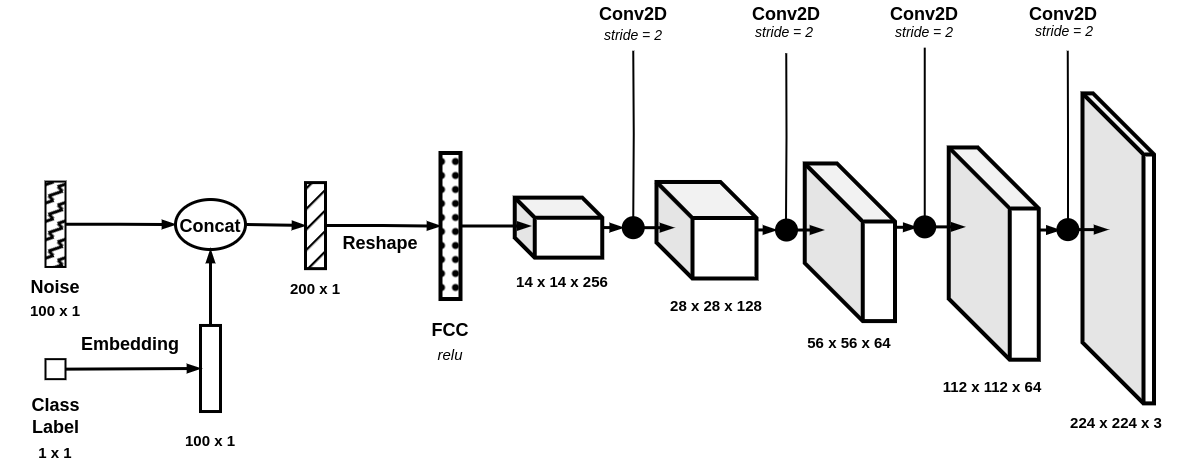
The draw.io diagram generator.png in viniciusrpb/drawio_flowcharts, before a commit. Source tidied: cells renumbered, new cells last; positions are measured from the earlier drawing's top-left corner, leaving out a move shared by most shapes.
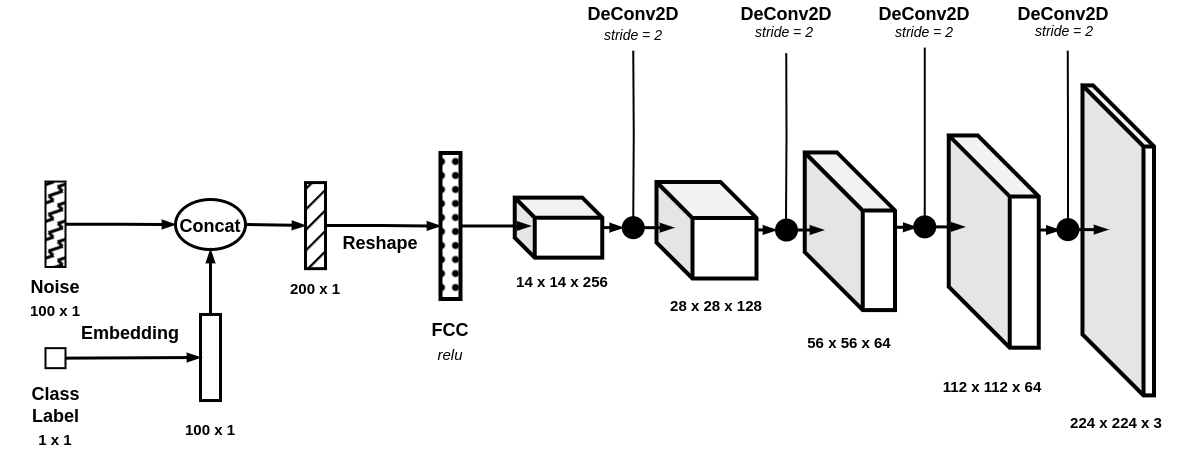
Later version of the same file.

Change to the diagram source:
```diff
@@ -12,10 +12,10 @@
       <mxGeometry x="25" y="273.5" width="60" height="30" as="geometry" />
     </mxCell>
     <mxCell id="5" style="rounded=0;whiteSpace=wrap;html=1;strokeWidth=2;fillStyle=solid;fillColor=#FFFFFF;" parent="1" vertex="1">
-      <mxGeometry x="45" y="359.6" width="20" height="20" as="geometry" />
+      <mxGeometry x="45" y="348.6" width="20" height="20" as="geometry" />
     </mxCell>
     <mxCell id="6" value="&lt;div style=&quot;font-size: 18px;&quot;&gt;Class Label&lt;/div&gt;" style="text;html=1;strokeColor=none;fillColor=none;align=center;verticalAlign=middle;whiteSpace=wrap;rounded=0;fontSize=18;fontStyle=1;strokeWidth=4;" parent="1" vertex="1">
-      <mxGeometry x="18.5" y="401.6" width="73" height="30" as="geometry" />
+      <mxGeometry x="18.5" y="390.6" width="73" height="30" as="geometry" />
     </mxCell>
     <mxCell id="7" style="edgeStyle=orthogonalEdgeStyle;rounded=0;jettySize=auto;html=1;exitX=1;exitY=0.5;exitDx=0;exitDy=0;entryX=0;entryY=0.5;entryDx=0;entryDy=0;strokeWidth=3;endArrow=blockThin;endFill=1;" parent="1" edge="1" target="56">
       <mxGeometry relative="1" as="geometry">
@@ -38,16 +38,16 @@
       <mxGeometry x="1056.4" y="407.6" width="120" height="30" as="geometry" />
     </mxCell>
     <mxCell id="13" style="shape=cube;whiteSpace=wrap;html=1;boundedLbl=1;backgroundOutline=1;darkOpacity=0.05;darkOpacity2=0.1;strokeWidth=4;size=58;fillColor=default;gradientColor=none;" parent="1" vertex="1">
-      <mxGeometry x="804.2" y="164" width="90.2" height="157.6" as="geometry" />
+      <mxGeometry x="804.2" y="153" width="90.2" height="157.6" as="geometry" />
     </mxCell>
     <mxCell id="14" style="shape=cube;whiteSpace=wrap;html=1;boundedLbl=1;backgroundOutline=1;darkOpacity=0.05;darkOpacity2=0.1;strokeWidth=4;size=36;fillColor=default;gradientColor=none;" parent="1" vertex="1">
       <mxGeometry x="656" y="182.5" width="100" height="96.5" as="geometry" />
     </mxCell>
     <mxCell id="15" style="shape=cube;whiteSpace=wrap;html=1;boundedLbl=1;backgroundOutline=1;darkOpacity=0.05;darkOpacity2=0.1;strokeWidth=4;size=61;fillColor=default;gradientColor=none;" parent="1" vertex="1">
-      <mxGeometry x="948.2" y="148" width="90" height="212.2" as="geometry" />
+      <mxGeometry x="948.2" y="136" width="90" height="212.2" as="geometry" />
     </mxCell>
     <mxCell id="16" style="shape=cube;whiteSpace=wrap;html=1;boundedLbl=1;backgroundOutline=1;darkOpacity=0.05;darkOpacity2=0.1;strokeWidth=4;size=61;fillColor=default;gradientColor=none;" parent="1" vertex="1">
-      <mxGeometry x="1082" y="93.9" width="71.5" height="310" as="geometry" />
+      <mxGeometry x="1082" y="85.9" width="71.5" height="310" as="geometry" />
     </mxCell>
     <mxCell id="17" value="&lt;div style=&quot;font-size: 15px;&quot;&gt;14 x 14 x 256&lt;/div&gt;" style="text;html=1;strokeColor=none;fillColor=none;align=center;verticalAlign=middle;whiteSpace=wrap;rounded=0;fontSize=15;fontStyle=1;strokeWidth=4;" parent="1" vertex="1">
       <mxGeometry x="507" y="267.4" width="110" height="30" as="geometry" />
@@ -55,14 +55,14 @@
     <mxCell id="18" style="shape=cube;whiteSpace=wrap;html=1;boundedLbl=1;backgroundOutline=1;darkOpacity=0.05;darkOpacity2=0.1;strokeWidth=4;size=20;fillColor=default;gradientColor=none;" parent="1" vertex="1">
       <mxGeometry x="514.2" y="198.1" width="87.5" height="60" as="geometry" />
     </mxCell>
-    <mxCell id="19" value="Conv2D" style="text;html=1;align=center;verticalAlign=middle;whiteSpace=wrap;rounded=0;fontStyle=1;fontSize=18;" parent="1" vertex="1">
+    <mxCell id="19" value="DeConv2D" style="text;html=1;align=center;verticalAlign=middle;whiteSpace=wrap;rounded=0;fontStyle=1;fontSize=18;" parent="1" vertex="1">
       <mxGeometry x="1033" y="0.4" width="60" height="30" as="geometry" />
     </mxCell>
     <mxCell id="20" value="stride = 2" style="text;html=1;align=center;verticalAlign=middle;whiteSpace=wrap;rounded=0;fontSize=14;fontStyle=2;" parent="1" vertex="1">
       <mxGeometry x="1033.9" y="16" width="60" height="32.1" as="geometry" />
     </mxCell>
     <mxCell id="21" value="Embedding" style="text;html=1;align=center;verticalAlign=middle;whiteSpace=wrap;rounded=0;fontStyle=1;fontSize=18;" parent="1" vertex="1">
-      <mxGeometry x="100" y="330.2" width="60" height="30" as="geometry" />
+      <mxGeometry x="100" y="319.2" width="60" height="30" as="geometry" />
     </mxCell>
     <mxCell id="22" style="edgeStyle=orthogonalEdgeStyle;rounded=0;jettySize=auto;html=1;strokeWidth=3;endArrow=blockThin;endFill=1;" parent="1" edge="1" source="23">
       <mxGeometry relative="1" as="geometry">
@@ -85,15 +85,15 @@
       <mxGeometry relative="1" as="geometry" />
     </mxCell>
     <mxCell id="28" style="rounded=0;whiteSpace=wrap;html=1;strokeWidth=3;fillStyle=hatch;" parent="1" vertex="1">
-      <mxGeometry x="200" y="326" width="20" height="86" as="geometry" />
+      <mxGeometry x="200" y="315" width="20" height="86" as="geometry" />
     </mxCell>
     <mxCell id="29" value="&lt;div style=&quot;font-size: 15px;&quot;&gt;100 x 1&lt;/div&gt;" style="text;html=1;strokeColor=none;fillColor=none;align=center;verticalAlign=middle;whiteSpace=wrap;rounded=0;fontSize=15;fontStyle=1;strokeWidth=4;" parent="1" vertex="1">
       <mxGeometry y="296" width="110" height="30" as="geometry" />
     </mxCell>
     <mxCell id="30" value="&lt;div style=&quot;font-size: 15px;&quot;&gt;1 x 1&lt;/div&gt;" style="text;html=1;strokeColor=none;fillColor=none;align=center;verticalAlign=middle;whiteSpace=wrap;rounded=0;fontSize=15;fontStyle=1;strokeWidth=4;" parent="1" vertex="1">
-      <mxGeometry y="438.2" width="110" height="30" as="geometry" />
+      <mxGeometry y="425.2" width="110" height="30" as="geometry" />
     </mxCell>
-    <mxCell id="31" value="Conv2D" style="text;html=1;align=center;verticalAlign=middle;whiteSpace=wrap;rounded=0;fontStyle=1;fontSize=18;" parent="1" vertex="1">
+    <mxCell id="31" value="DeConv2D" style="text;html=1;align=center;verticalAlign=middle;whiteSpace=wrap;rounded=0;fontStyle=1;fontSize=18;" parent="1" vertex="1">
       <mxGeometry x="602.8" y="0.4" width="60" height="30" as="geometry" />
     </mxCell>
     <mxCell id="32" value="stride = 2" style="text;html=1;align=center;verticalAlign=middle;whiteSpace=wrap;rounded=0;fontSize=14;fontStyle=2;strokeWidth=2;" parent="1" vertex="1">
@@ -118,7 +118,7 @@
         <mxPoint x="601.8" y="228" as="sourcePoint" />
       </mxGeometry>
     </mxCell>
-    <mxCell id="37" value="Conv2D" style="text;html=1;align=center;verticalAlign=middle;whiteSpace=wrap;rounded=0;fontStyle=1;fontSize=18;" parent="1" vertex="1">
+    <mxCell id="37" value="DeConv2D" style="text;html=1;align=center;verticalAlign=middle;whiteSpace=wrap;rounded=0;fontStyle=1;fontSize=18;" parent="1" vertex="1">
       <mxGeometry x="756" y="0.4" width="60" height="30" as="geometry" />
     </mxCell>
     <mxCell id="38" value="stride = 2" style="text;html=1;align=center;verticalAlign=middle;whiteSpace=wrap;rounded=0;fontSize=14;fontStyle=2;strokeWidth=2;" parent="1" vertex="1">
@@ -138,7 +138,7 @@
         <mxPoint x="756" y="230.4" as="sourcePoint" />
       </mxGeometry>
     </mxCell>
-    <mxCell id="42" value="Conv2D" style="text;html=1;align=center;verticalAlign=middle;whiteSpace=wrap;rounded=0;fontStyle=1;fontSize=18;" parent="1" vertex="1">
+    <mxCell id="42" value="DeConv2D" style="text;html=1;align=center;verticalAlign=middle;whiteSpace=wrap;rounded=0;fontStyle=1;fontSize=18;" parent="1" vertex="1">
       <mxGeometry x="894.2" y="0.4" width="60" height="30" as="geometry" />
     </mxCell>
     <mxCell id="43" value="stride = 2" style="text;html=1;align=center;verticalAlign=middle;whiteSpace=wrap;rounded=0;fontSize=14;fontStyle=2;strokeWidth=2;" parent="1" vertex="1">
@@ -192,7 +192,7 @@
       <mxGeometry relative="1" as="geometry" />
     </mxCell>
     <mxCell id="54" value="&lt;div style=&quot;font-size: 15px;&quot;&gt;100 x 1&lt;/div&gt;" style="text;html=1;strokeColor=none;fillColor=none;align=center;verticalAlign=middle;whiteSpace=wrap;rounded=0;fontSize=15;fontStyle=1;strokeWidth=4;" parent="1" vertex="1">
-      <mxGeometry x="155" y="426" width="110" height="30" as="geometry" />
+      <mxGeometry x="155" y="415" width="110" height="30" as="geometry" />
     </mxCell>
     <mxCell id="55" style="edgeStyle=orthogonalEdgeStyle;rounded=0;jettySize=auto;html=1;exitX=1;exitY=0.5;exitDx=0;exitDy=0;entryX=0;entryY=0.5;entryDx=0;entryDy=0;strokeWidth=3;endArrow=blockThin;endFill=1;" parent="1" edge="1" source="56" target="23">
       <mxGeometry relative="1" as="geometry" />
```
